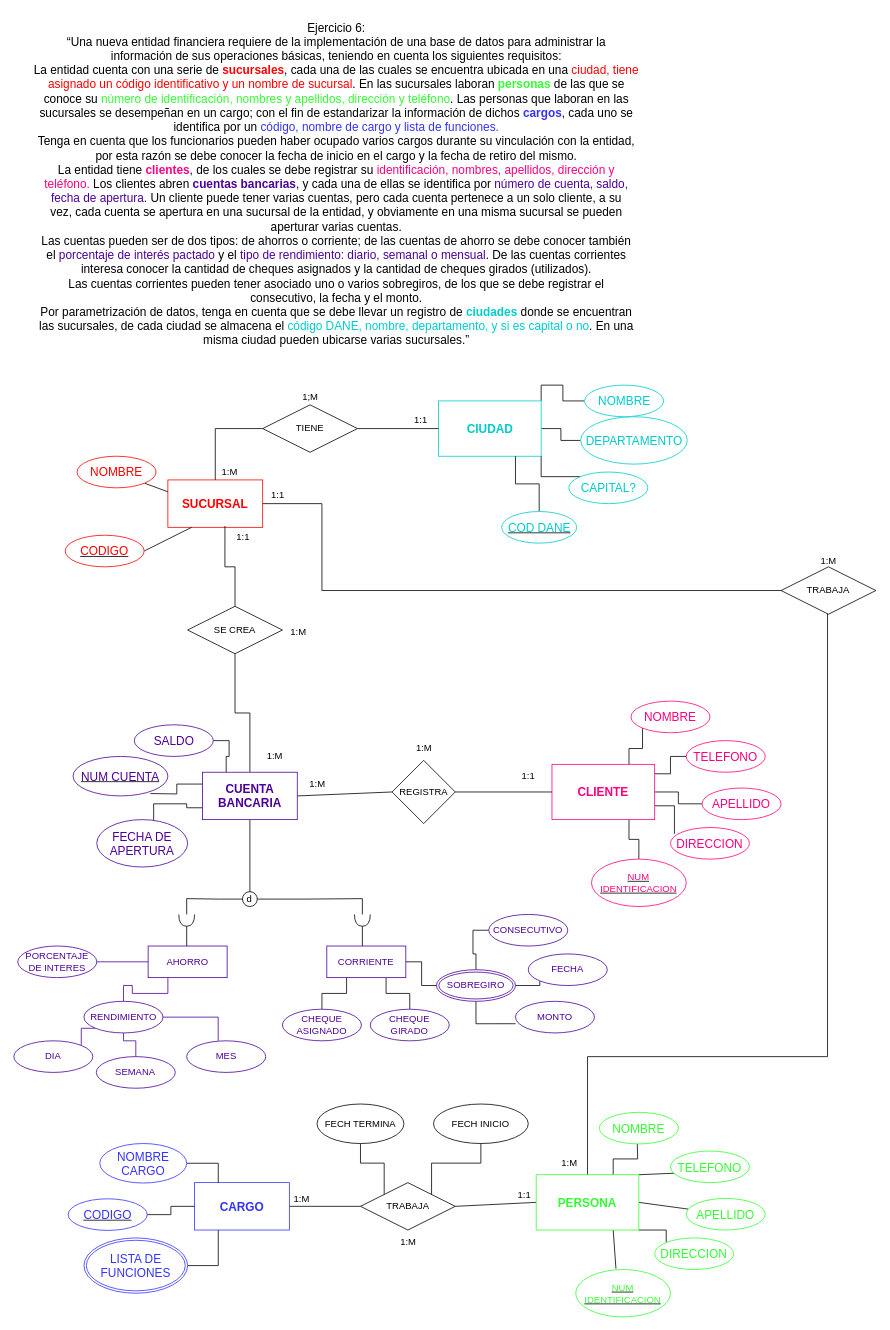
The draw.io diagram page "Página-2" (2 of 4) of Diagrama sin título.drawio in Cris25nkl/DIAGRAMS_BD, before the edit. Source tidied: cells renumbered, new cells numbered last; positions are measured from the earlier drawing's top-left corner, leaving out a move shared by most shapes. Both pictures are drawn from the tidied source at 79%, with x=0, y=0 at pixel (13, 13).
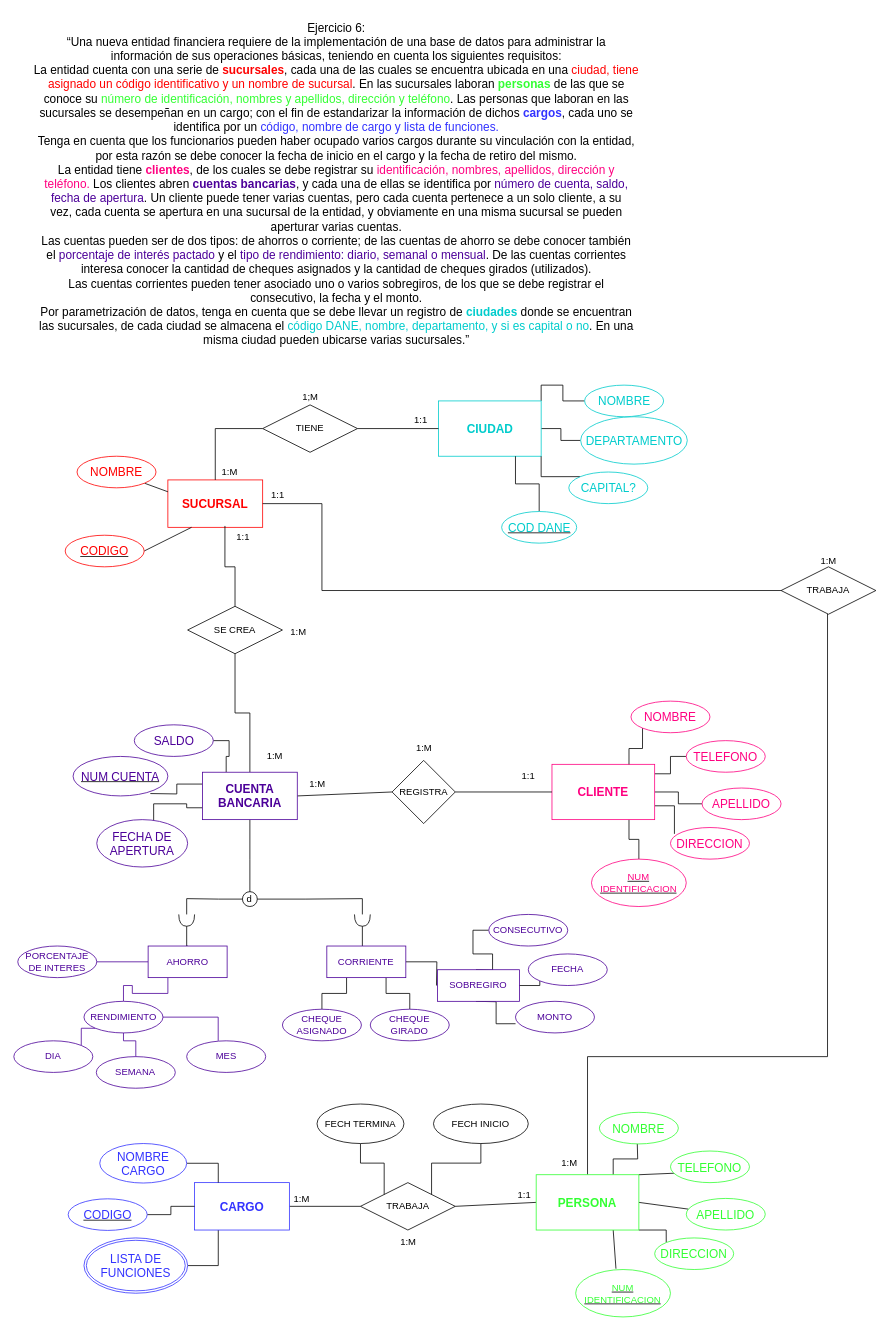
The same page after the edit.

The change refers to these unchanged cells:
```xml
<mxCell id="92" value="&lt;font color=&quot;#4c0099&quot;&gt;CORRIENTE&lt;/font&gt;" style="whiteSpace=wrap;html=1;align=center;strokeColor=#4C0099;" parent="1" vertex="1">
  <mxGeometry x="396.2" y="1180" width="100" height="40" as="geometry" />
</mxCell>
<mxCell id="111" value="CONSECUTIVO" style="ellipse;whiteSpace=wrap;html=1;align=center;strokeColor=#4C0099;fontColor=#4C0099;" parent="1" vertex="1">
  <mxGeometry x="601.2" y="1140" width="100" height="40" as="geometry" />
</mxCell>
<mxCell id="112" value="FECHA" style="ellipse;whiteSpace=wrap;html=1;align=center;strokeColor=#4C0099;fontColor=#4C0099;" parent="1" vertex="1">
  <mxGeometry x="651.2" y="1190" width="100" height="40" as="geometry" />
</mxCell>
<mxCell id="113" value="MONTO" style="ellipse;whiteSpace=wrap;html=1;align=center;strokeColor=#4C0099;fontColor=#4C0099;" parent="1" vertex="1">
  <mxGeometry x="635" y="1250" width="100" height="40" as="geometry" />
</mxCell>
```

Diff of the diagram source:
```diff
@@
-    <mxCell id="91" style="edgeStyle=orthogonalEdgeStyle;rounded=0;jettySize=auto;html=1;exitX=1;exitY=0.5;exitDx=0;exitDy=0;entryX=0;entryY=0.5;entryDx=0;entryDy=0;endArrow=none;endFill=0;" parent="1" edge="1" source="92" target="110">
-      <mxGeometry relative="1" as="geometry" />
+    <mxCell id="91" style="edgeStyle=orthogonalEdgeStyle;rounded=0;jettySize=auto;html=1;exitX=1;exitY=0.5;exitDx=0;exitDy=0;entryX=0;entryY=0.5;entryDx=0;entryDy=0;endArrow=none;endFill=0;" parent="1" edge="1" source="92">
+      <mxGeometry relative="1" as="geometry">
+        <mxPoint x="535" y="1230" as="targetPoint" />
+      </mxGeometry>
     </mxCell>
@@
-    <mxCell id="107" style="edgeStyle=orthogonalEdgeStyle;rounded=0;jettySize=auto;html=1;exitX=0.5;exitY=0;exitDx=0;exitDy=0;entryX=0;entryY=0.5;entryDx=0;entryDy=0;endArrow=none;endFill=0;" parent="1" edge="1" source="110" target="111">
-      <mxGeometry relative="1" as="geometry" />
+    <mxCell id="107" style="edgeStyle=orthogonalEdgeStyle;rounded=0;jettySize=auto;html=1;exitX=0.5;exitY=0;exitDx=0;exitDy=0;entryX=0;entryY=0.5;entryDx=0;entryDy=0;endArrow=none;endFill=0;" parent="1" edge="1" target="111">
+      <mxGeometry relative="1" as="geometry">
+        <mxPoint x="585" y="1210" as="sourcePoint" />
+      </mxGeometry>
     </mxCell>
-    <mxCell id="108" style="edgeStyle=orthogonalEdgeStyle;rounded=0;jettySize=auto;html=1;exitX=1;exitY=0.5;exitDx=0;exitDy=0;entryX=0;entryY=1;entryDx=0;entryDy=0;endArrow=none;endFill=0;" parent="1" edge="1" source="110" target="112">
-      <mxGeometry relative="1" as="geometry" />
+    <mxCell id="108" style="edgeStyle=orthogonalEdgeStyle;rounded=0;jettySize=auto;html=1;exitX=1;exitY=0.5;exitDx=0;exitDy=0;entryX=0;entryY=1;entryDx=0;entryDy=0;endArrow=none;endFill=0;" parent="1" edge="1" target="112">
+      <mxGeometry relative="1" as="geometry">
+        <mxPoint x="635" y="1230" as="sourcePoint" />
+      </mxGeometry>
     </mxCell>
-    <mxCell id="109" style="edgeStyle=orthogonalEdgeStyle;rounded=0;jettySize=auto;html=1;exitX=0.5;exitY=1;exitDx=0;exitDy=0;entryX=0.001;entryY=0.709;entryDx=0;entryDy=0;entryPerimeter=0;endArrow=none;endFill=0;" parent="1" edge="1" source="110" target="113">
-      <mxGeometry relative="1" as="geometry" />
+    <mxCell id="109" style="edgeStyle=orthogonalEdgeStyle;rounded=0;jettySize=auto;html=1;exitX=0.5;exitY=1;exitDx=0;exitDy=0;entryX=0.001;entryY=0.709;entryDx=0;entryDy=0;entryPerimeter=0;endArrow=none;endFill=0;" parent="1" edge="1" target="113">
+      <mxGeometry relative="1" as="geometry">
+        <mxPoint x="585" y="1250" as="sourcePoint" />
+      </mxGeometry>
     </mxCell>
-    <mxCell id="110" value="SOBREGIRO" style="ellipse;shape=doubleEllipse;margin=3;whiteSpace=wrap;html=1;align=center;fontColor=#4C0099;strokeColor=#4C0099;" parent="1" vertex="1">
-      <mxGeometry x="535" y="1210" width="100" height="40" as="geometry" />
-    </mxCell>
@@
+    <mxCell id="110" value="SOBREGIRO" style="rounded=0;whiteSpace=wrap;html=1;strokeColor=#4C0099;fontColor=#4C0099;" parent="1" vertex="1">
+      <mxGeometry x="536.2" y="1210" width="103.8" height="40" as="geometry" />
+    </mxCell>
```
